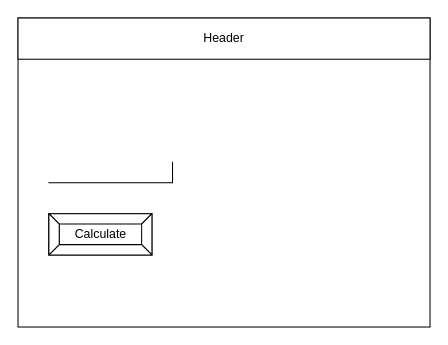
The draw.io diagram design/story-board.drawio in Lucas-Tyman/ICS2O-Unit5-05-HTML, before the edit. Source tidied: cells renumbered, new cells numbered last; positions are measured from the earlier drawing's top-left corner, leaving out a move shared by most shapes. Both pictures are drawn from the tidied source at 103%, with x=0, y=0 at pixel (18, 18).
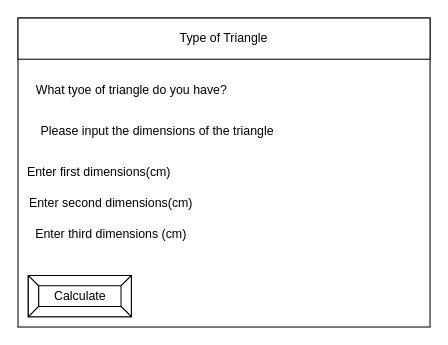
The same diagram, later.

What changed in the source:
```diff
@@
 <mxGraphModel>
   <root>
     <mxCell id="0" />
     <mxCell id="1" parent="0" />
     <mxCell id="2" style="rounded=0;whiteSpace=wrap;html=1;" parent="1" vertex="1">
       <mxGeometry width="400" height="300" as="geometry" />
     </mxCell>
-    <mxCell id="3" value="Header" style="rounded=0;whiteSpace=wrap;html=1;" parent="1" vertex="1">
+    <mxCell id="3" value="Type of Triangle" style="rounded=0;whiteSpace=wrap;html=1;" parent="1" vertex="1">
       <mxGeometry width="400" height="40" as="geometry" />
     </mxCell>
-    <mxCell id="4" style="shape=partialRectangle;whiteSpace=wrap;html=1;top=0;left=0;fillColor=none;" parent="1" vertex="1">
-      <mxGeometry x="30" y="140" width="120" height="20" as="geometry" />
-    </mxCell>
     <mxCell id="5" value="Calculate" style="labelPosition=center;verticalLabelPosition=middle;align=center;html=1;shape=mxgraph.basic.button;dx=10;" parent="1" vertex="1">
-      <mxGeometry x="30" y="190" width="100" height="40" as="geometry" />
+      <mxGeometry x="10" y="250" width="100" height="40" as="geometry" />
     </mxCell>
+    <mxCell id="6" value="What tyoe of triangle do you have?" style="text;html=1;align=center;verticalAlign=middle;strokeColor=none;fillColor=none;" parent="1" vertex="1">
+      <mxGeometry x="10" y="60" width="200" height="20" as="geometry" />
+    </mxCell>
+    <mxCell id="7" value="Please input the dimensions of the triangle" style="text;html=1;align=center;verticalAlign=middle;strokeColor=none;fillColor=none;" parent="1" vertex="1">
+      <mxGeometry x="10" y="100" width="250" height="20" as="geometry" />
+    </mxCell>
+    <mxCell id="8" value="Enter first dimensions(cm)&amp;nbsp;" style="text;html=1;align=center;verticalAlign=middle;strokeColor=none;fillColor=none;" parent="1" vertex="1">
+      <mxGeometry y="140" width="160" height="20" as="geometry" />
+    </mxCell>
+    <mxCell id="9" value="Enter second dimensions(cm)" style="text;html=1;align=center;verticalAlign=middle;strokeColor=none;fillColor=none;" parent="1" vertex="1">
+      <mxGeometry y="170" width="180" height="20" as="geometry" />
+    </mxCell>
+    <mxCell id="10" value="Enter third dimensions (cm)" style="text;html=1;align=center;verticalAlign=middle;strokeColor=none;fillColor=none;" parent="1" vertex="1">
+      <mxGeometry x="10" y="200" width="160" height="20" as="geometry" />
+    </mxCell>
   </root>
 </mxGraphModel>
```
